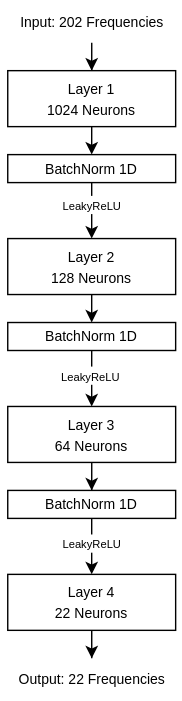
Above: Poster/model.drawio.svg in leoforster10010/UdS_Dsaiproject25 (draw.io), before the change. Source tidied: cells renumbered, new cells last; positions are measured from the earlier drawing's top-left corner, leaving out a move shared by most shapes. Its diagram source:
```xml
<mxGraphModel>
  <root>
    <mxCell id="0" />
    <mxCell id="1" parent="0" />
    <mxCell id="2" style="edgeStyle=orthogonalEdgeStyle;rounded=0;jettySize=auto;html=1;exitX=0.5;exitY=1;exitDx=0;exitDy=0;entryX=0.5;entryY=0;entryDx=0;entryDy=0;" parent="1" edge="1" source="3" target="12">
      <mxGeometry relative="1" as="geometry" />
    </mxCell>
    <mxCell id="3" value="&lt;font style=&quot;font-size: 10px;&quot;&gt;Layer 1&lt;/font&gt;&lt;div&gt;&lt;font style=&quot;font-size: 10px;&quot;&gt;1024&amp;nbsp;&lt;/font&gt;&lt;span style=&quot;font-size: 10px; background-color: transparent; color: light-dark(rgb(0, 0, 0), rgb(255, 255, 255));&quot;&gt;Neurons&lt;/span&gt;&lt;/div&gt;" style="rounded=0;whiteSpace=wrap;html=1;" parent="1" vertex="1">
      <mxGeometry x="5" y="50" width="120" height="40" as="geometry" />
    </mxCell>
    <mxCell id="4" style="edgeStyle=orthogonalEdgeStyle;rounded=0;jettySize=auto;html=1;exitX=0.5;exitY=1;exitDx=0;exitDy=0;entryX=0.5;entryY=0;entryDx=0;entryDy=0;" parent="1" edge="1" source="5" target="15">
      <mxGeometry relative="1" as="geometry" />
    </mxCell>
    <mxCell id="5" value="&lt;font style=&quot;font-size: 10px;&quot;&gt;Layer 2&lt;/font&gt;&lt;div&gt;&lt;span style=&quot;font-size: 10px;&quot;&gt;128&amp;nbsp;&lt;/span&gt;&lt;span style=&quot;font-size: 10px; background-color: transparent; color: light-dark(rgb(0, 0, 0), rgb(255, 255, 255));&quot;&gt;Neurons&lt;/span&gt;&lt;/div&gt;" style="rounded=0;whiteSpace=wrap;html=1;" parent="1" vertex="1">
      <mxGeometry x="5" y="170" width="120" height="40" as="geometry" />
    </mxCell>
    <mxCell id="6" style="edgeStyle=orthogonalEdgeStyle;rounded=0;jettySize=auto;html=1;entryX=0.5;entryY=0;entryDx=0;entryDy=0;" parent="1" edge="1" source="7" target="18">
      <mxGeometry relative="1" as="geometry" />
    </mxCell>
    <mxCell id="7" value="&lt;font style=&quot;font-size: 10px;&quot;&gt;Layer 3&lt;/font&gt;&lt;div&gt;&lt;span style=&quot;font-size: 10px;&quot;&gt;64&amp;nbsp;&lt;/span&gt;&lt;span style=&quot;font-size: 10px; background-color: transparent; color: light-dark(rgb(0, 0, 0), rgb(255, 255, 255));&quot;&gt;Neurons&lt;/span&gt;&lt;/div&gt;" style="rounded=0;whiteSpace=wrap;html=1;" parent="1" vertex="1">
      <mxGeometry x="5" y="290" width="120" height="40" as="geometry" />
    </mxCell>
    <mxCell id="8" style="edgeStyle=orthogonalEdgeStyle;rounded=0;jettySize=auto;html=1;exitX=0.5;exitY=1;exitDx=0;exitDy=0;" parent="1" edge="1" source="9" target="19">
      <mxGeometry relative="1" as="geometry" />
    </mxCell>
    <mxCell id="9" value="&lt;font style=&quot;font-size: 10px;&quot;&gt;Layer 4&lt;/font&gt;&lt;div&gt;&lt;div&gt;&lt;span style=&quot;font-size: 10px;&quot;&gt;22&amp;nbsp;&lt;/span&gt;&lt;span style=&quot;font-size: 10px; background-color: transparent; color: light-dark(rgb(0, 0, 0), rgb(255, 255, 255));&quot;&gt;Neurons&lt;/span&gt;&lt;/div&gt;&lt;/div&gt;" style="rounded=0;whiteSpace=wrap;html=1;" parent="1" vertex="1">
      <mxGeometry x="5" y="410" width="120" height="40" as="geometry" />
    </mxCell>
    <mxCell id="10" style="edgeStyle=orthogonalEdgeStyle;rounded=0;jettySize=auto;html=1;" parent="1" edge="1" source="12" target="5">
      <mxGeometry relative="1" as="geometry" />
    </mxCell>
    <mxCell id="11" value="&lt;font style=&quot;font-size: 8px;&quot;&gt;LeakyReLU&lt;/font&gt;" style="edgeLabel;html=1;align=center;verticalAlign=middle;" parent="10" vertex="1">
      <mxGeometry x="-0.21" relative="1" as="geometry" />
    </mxCell>
    <mxCell id="12" value="&lt;span style=&quot;font-size: 10px;&quot;&gt;BatchNorm 1D&lt;/span&gt;" style="rounded=0;whiteSpace=wrap;html=1;" parent="1" vertex="1">
      <mxGeometry x="5" y="110" width="120" height="20" as="geometry" />
    </mxCell>
    <mxCell id="13" style="edgeStyle=orthogonalEdgeStyle;rounded=0;jettySize=auto;html=1;" parent="1" edge="1" source="15" target="7">
      <mxGeometry relative="1" as="geometry" />
    </mxCell>
    <mxCell id="14" value="&lt;span style=&quot;font-size: 8px;&quot;&gt;LeakyReLU&lt;/span&gt;" style="edgeLabel;html=1;align=center;verticalAlign=middle;" parent="13" vertex="1">
      <mxGeometry x="-0.1" y="-1" relative="1" as="geometry" />
    </mxCell>
    <mxCell id="15" value="&lt;span style=&quot;font-size: 10px;&quot;&gt;BatchNorm 1D&lt;/span&gt;" style="rounded=0;whiteSpace=wrap;html=1;" parent="1" vertex="1">
      <mxGeometry x="5" y="230" width="120" height="20" as="geometry" />
    </mxCell>
    <mxCell id="16" style="edgeStyle=orthogonalEdgeStyle;rounded=0;jettySize=auto;html=1;" parent="1" edge="1" source="18" target="9">
      <mxGeometry relative="1" as="geometry" />
    </mxCell>
    <mxCell id="17" value="&lt;span style=&quot;font-size: 8px;&quot;&gt;LeakyReLU&lt;/span&gt;" style="edgeLabel;html=1;align=center;verticalAlign=middle;" parent="16" vertex="1">
      <mxGeometry x="-0.1" relative="1" as="geometry" />
    </mxCell>
    <mxCell id="18" value="&lt;span style=&quot;font-size: 10px;&quot;&gt;BatchNorm 1D&lt;/span&gt;" style="rounded=0;whiteSpace=wrap;html=1;" parent="1" vertex="1">
      <mxGeometry x="5" y="350" width="120" height="20" as="geometry" />
    </mxCell>
    <mxCell id="19" value="&lt;font style=&quot;font-size: 10px;&quot;&gt;Output: 22 Frequencies&lt;/font&gt;" style="text;html=1;align=center;verticalAlign=middle;points=[];strokeColor=none;fillColor=none;" parent="1" vertex="1">
      <mxGeometry y="470" width="130" height="30" as="geometry" />
    </mxCell>
    <mxCell id="20" style="edgeStyle=orthogonalEdgeStyle;rounded=0;jettySize=auto;html=1;entryX=0.5;entryY=0;entryDx=0;entryDy=0;" parent="1" edge="1" source="21" target="3">
      <mxGeometry relative="1" as="geometry" />
    </mxCell>
    <mxCell id="21" value="&lt;font style=&quot;font-size: 10px;&quot;&gt;Input: 202 Frequencies&lt;/font&gt;" style="text;html=1;align=center;verticalAlign=middle;points=[];strokeColor=none;fillColor=none;" parent="1" vertex="1">
      <mxGeometry width="130" height="30" as="geometry" />
    </mxCell>
  </root>
</mxGraphModel>
```
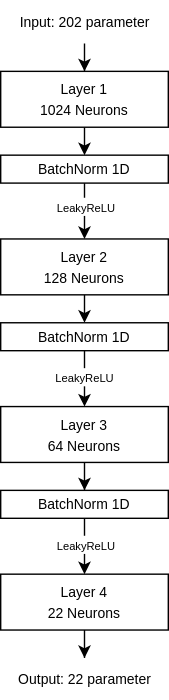
The same diagram one commit later.

Diff of the diagram source:
```diff
@@ -53,14 +53,14 @@
     <mxCell id="18" value="&lt;span style=&quot;font-size: 10px;&quot;&gt;BatchNorm 1D&lt;/span&gt;" style="rounded=0;whiteSpace=wrap;html=1;" parent="1" vertex="1">
       <mxGeometry x="5" y="350" width="120" height="20" as="geometry" />
     </mxCell>
-    <mxCell id="19" value="&lt;font style=&quot;font-size: 10px;&quot;&gt;Output: 22 Frequencies&lt;/font&gt;" style="text;html=1;align=center;verticalAlign=middle;points=[];strokeColor=none;fillColor=none;" parent="1" vertex="1">
-      <mxGeometry y="470" width="130" height="30" as="geometry" />
+    <mxCell id="19" value="&lt;font style=&quot;font-size: 10px;&quot;&gt;Output: 22 parameter&lt;/font&gt;" style="text;html=1;align=center;verticalAlign=middle;points=[];strokeColor=none;fillColor=none;" parent="1" vertex="1">
+      <mxGeometry x="5" y="470" width="120" height="30" as="geometry" />
     </mxCell>
     <mxCell id="20" style="edgeStyle=orthogonalEdgeStyle;rounded=0;jettySize=auto;html=1;entryX=0.5;entryY=0;entryDx=0;entryDy=0;" parent="1" edge="1" source="21" target="3">
       <mxGeometry relative="1" as="geometry" />
     </mxCell>
-    <mxCell id="21" value="&lt;font style=&quot;font-size: 10px;&quot;&gt;Input: 202 Frequencies&lt;/font&gt;" style="text;html=1;align=center;verticalAlign=middle;points=[];strokeColor=none;fillColor=none;" parent="1" vertex="1">
-      <mxGeometry width="130" height="30" as="geometry" />
+    <mxCell id="21" value="&lt;font style=&quot;font-size: 10px;&quot;&gt;Input: 202 parameter&lt;/font&gt;" style="text;html=1;align=center;verticalAlign=middle;points=[];strokeColor=none;fillColor=none;" parent="1" vertex="1">
+      <mxGeometry x="5" width="120" height="30" as="geometry" />
     </mxCell>
   </root>
 </mxGraphModel>
```
